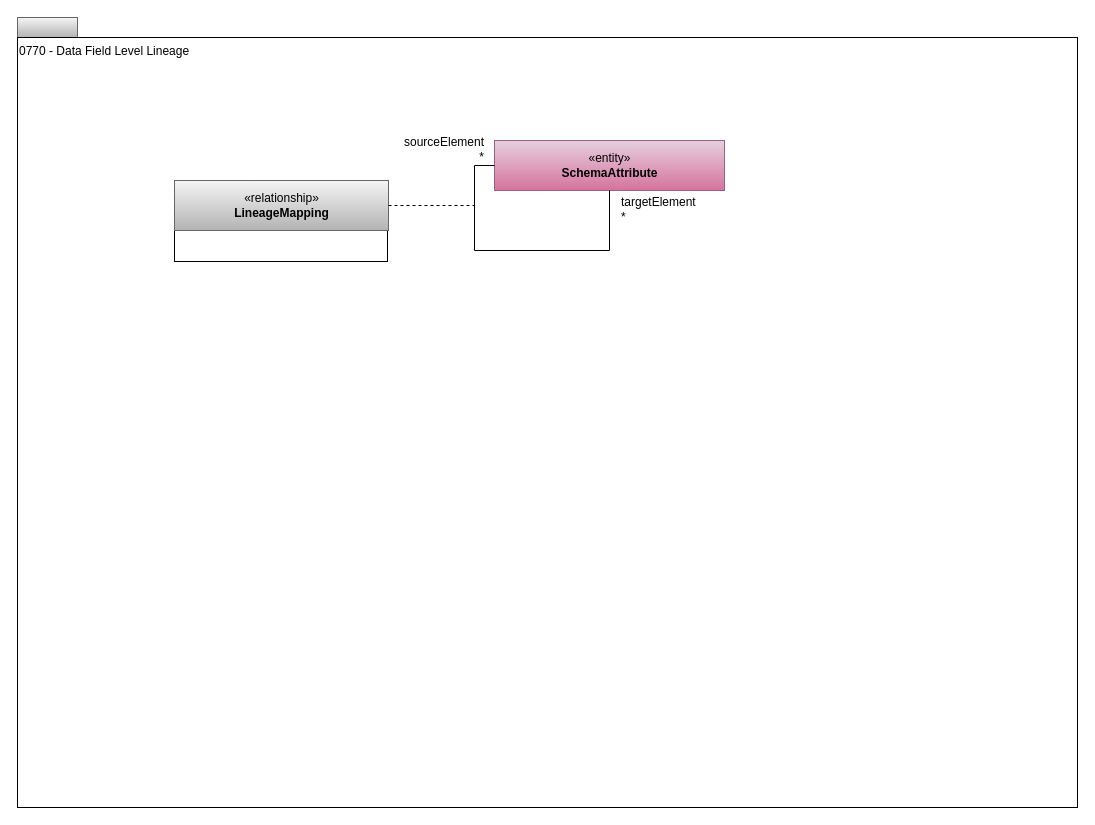
Before: page "0770-Lineage-Mapping" (11 of 11) of open-metadata-publication/website/open-metadata-types/area-7-lineage.drawio in odpi/egeria, a draw.io diagram. Source tidied: cells renumbered, new cells numbered last; positions are measured from the earlier drawing's top-left corner, leaving out a move shared by most shapes. Both pictures are drawn from the tidied source at 100%, with x=0, y=0 at pixel (17, 17).
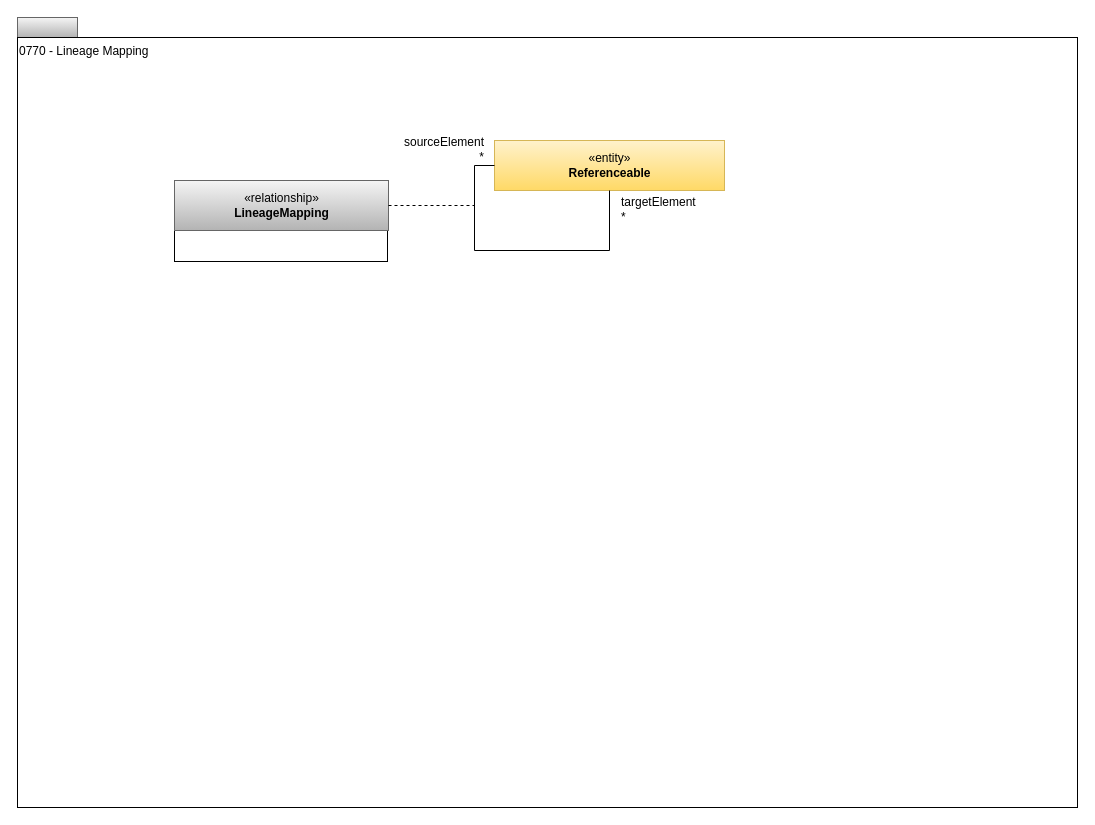
The same diagram, later.

The edit, as a diff of the source:
```diff
@@
 <mxGraphModel>
   <root>
     <mxCell id="0" />
     <mxCell id="1" parent="0" />
     <mxCell id="2" style="rounded=0;whiteSpace=wrap;html=1;align=left;fillColor=#f5f5f5;strokeColor=#666666;gradientColor=#b3b3b3;" parent="1" vertex="1">
       <mxGeometry width="60" height="20" as="geometry" />
     </mxCell>
-    <mxCell id="3" value="0770 - Data Field Level Lineage" style="rounded=0;whiteSpace=wrap;html=1;align=left;verticalAlign=top;" parent="1" vertex="1">
+    <mxCell id="3" value="0770 - Lineage Mapping" style="rounded=0;whiteSpace=wrap;html=1;align=left;verticalAlign=top;" parent="1" vertex="1">
       <mxGeometry y="20" width="1060" height="770" as="geometry" />
     </mxCell>
-    <mxCell id="4" value="«entity»&lt;br&gt;&lt;b&gt;SchemaAttribute&lt;/b&gt;" style="html=1;strokeColor=#996185;align=center;fillColor=#e6d0de;gradientColor=#d5739d;" parent="1" vertex="1">
+    <mxCell id="4" value="«entity»&lt;br&gt;&lt;b&gt;Referenceable&lt;/b&gt;" style="html=1;strokeColor=#d6b656;align=center;fillColor=#fff2cc;gradientColor=#ffd966;" parent="1" vertex="1">
       <mxGeometry x="477" y="123" width="230" height="50" as="geometry" />
     </mxCell>
     <mxCell id="5" value="&lt;div style=&quot;text-align: left&quot;&gt;&lt;br&gt;&lt;/div&gt;" style="rounded=0;whiteSpace=wrap;html=1;strokeColor=#000000;gradientColor=#ffffff;align=left;" parent="1" vertex="1">
       <mxGeometry x="157" y="213" width="213" height="31" as="geometry" />
     </mxCell>
     <mxCell id="6" value="«relationship»&lt;br&gt;&lt;b&gt;LineageMapping&lt;/b&gt;" style="html=1;strokeColor=#666666;align=center;fillColor=#f5f5f5;gradientColor=#b3b3b3;" parent="1" vertex="1">
       <mxGeometry x="157" y="163" width="214" height="50" as="geometry" />
     </mxCell>
     <mxCell id="7" style="endArrow=none;dashed=1;html=1;exitX=1;exitY=0.5;exitDx=0;exitDy=0;" parent="1" edge="1" source="6">
       <mxGeometry relative="1" as="geometry">
         <mxPoint x="457" y="188" as="targetPoint" />
       </mxGeometry>
     </mxCell>
     <mxCell id="8" style="edgeStyle=orthogonalEdgeStyle;rounded=0;orthogonalLoop=1;jettySize=auto;html=1;exitX=0;exitY=0.5;exitDx=0;exitDy=0;endArrow=none;endFill=0;" parent="1" edge="1" source="4" target="4">
       <mxGeometry relative="1" as="geometry">
         <Array as="points">
           <mxPoint x="457" y="148" />
           <mxPoint x="457" y="233" />
           <mxPoint x="592" y="233" />
         </Array>
       </mxGeometry>
     </mxCell>
     <mxCell id="9" value="targetElement&lt;br style=&quot;font-size: 12px;&quot;&gt;*" style="html=1;align=left;verticalAlign=bottom;labelBackgroundColor=#ffffff;fontSize=12;" parent="1" vertex="1">
       <mxGeometry x="592" y="173" as="geometry">
         <mxPoint x="10" y="35" as="offset" />
       </mxGeometry>
     </mxCell>
     <mxCell id="10" value="sourceElement&lt;br style=&quot;font-size: 12px;&quot;&gt;*" style="html=1;align=right;verticalAlign=bottom;labelBackgroundColor=#ffffff;fontSize=12;" parent="1" vertex="1">
       <mxGeometry x="477" y="148" as="geometry">
         <mxPoint x="-10" as="offset" />
       </mxGeometry>
     </mxCell>
   </root>
 </mxGraphModel>
```
